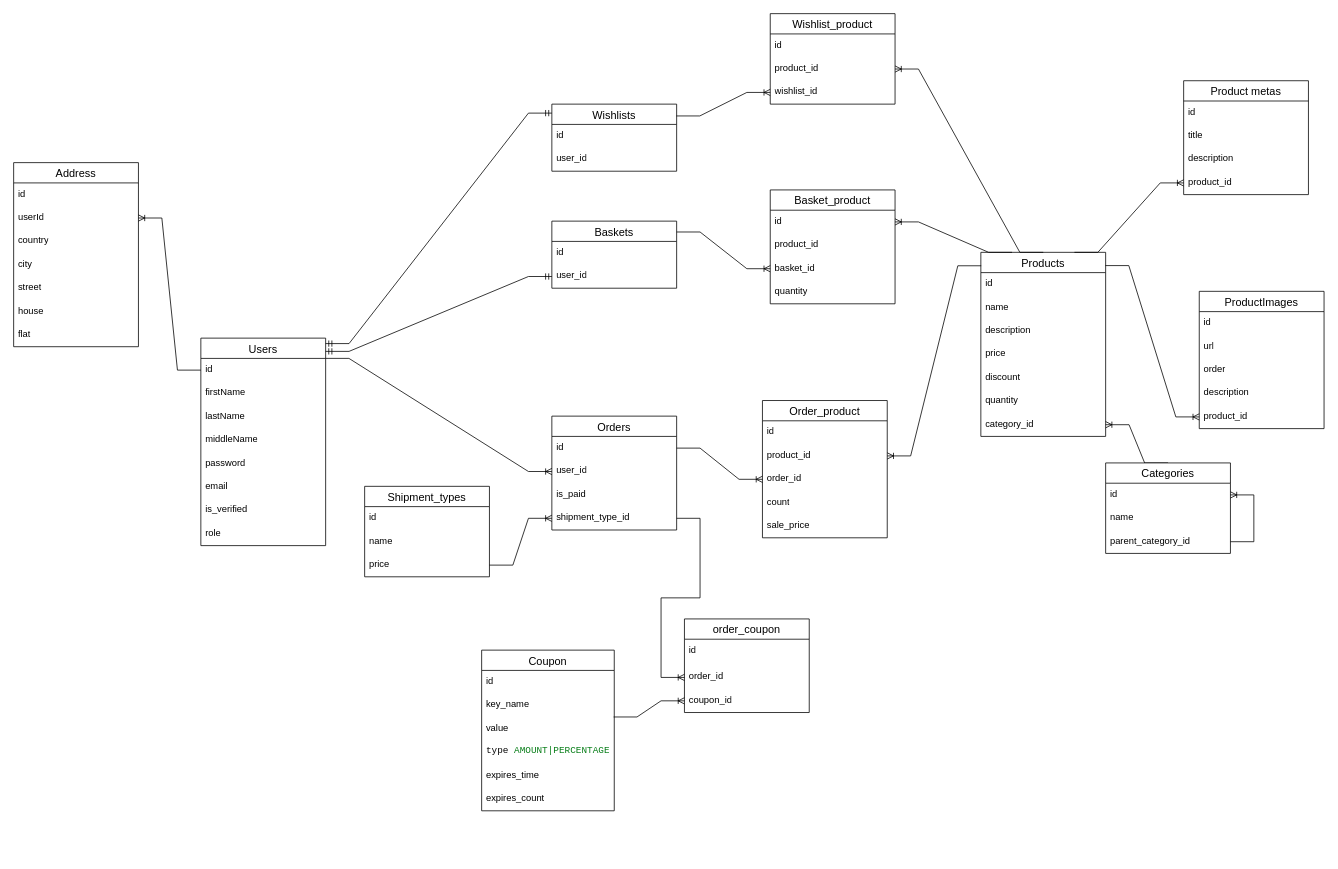
Above: src/server/models/dbDiagram.drawio in Bonzar/midnight (draw.io), before the change. Source tidied: cells renumbered, new cells numbered last; positions are measured from the earlier drawing's top-left corner, leaving out a move shared by most shapes. Both pictures are drawn from the tidied source at 78%, with x=0, y=0 at pixel (13, 13).
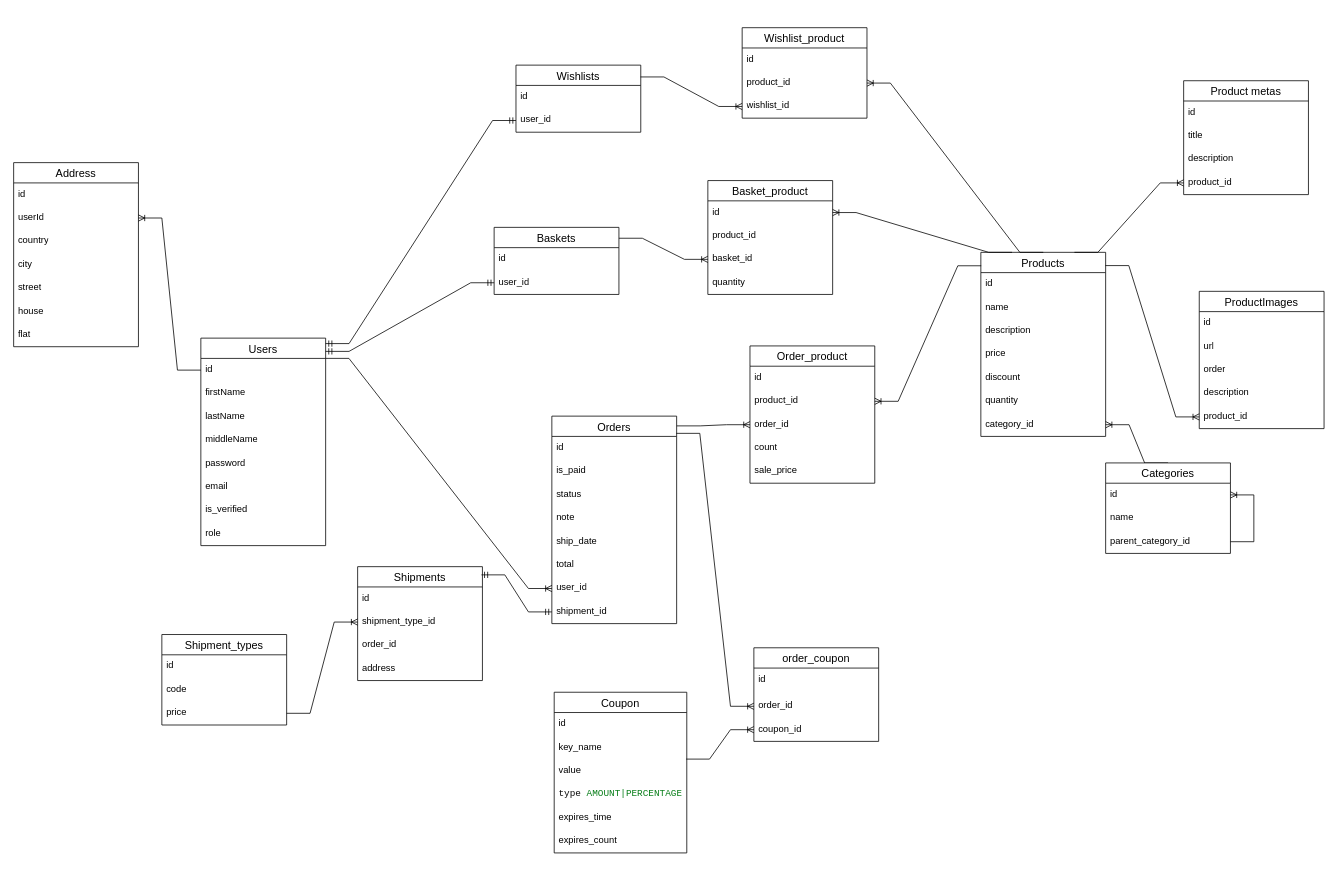
After the change.

Commit message (it also covers changes not shown here):
changes in Shipment/ShipmentType/Order models

Unchanged cells that the change refers to:
```xml
<mxCell id="42" value="id" style="text;strokeColor=none;fillColor=none;spacingLeft=4;spacingRight=4;overflow=hidden;points=[[0,0.5],[1,0.5]];portConstraint=eastwest;fontSize=12;whiteSpace=wrap;html=1;" parent="41" vertex="1">
  <mxGeometry y="26" width="160" height="30" as="geometry" />
</mxCell>
<mxCell id="49" value="order_id" style="text;strokeColor=none;fillColor=none;spacingLeft=4;spacingRight=4;overflow=hidden;points=[[0,0.5],[1,0.5]];portConstraint=eastwest;fontSize=12;whiteSpace=wrap;html=1;" parent="46" vertex="1">
  <mxGeometry y="86" width="160" height="30" as="geometry" />
</mxCell>
<mxCell id="56" value="price" style="text;strokeColor=none;fillColor=none;spacingLeft=4;spacingRight=4;overflow=hidden;points=[[0,0.5],[1,0.5]];portConstraint=eastwest;fontSize=12;whiteSpace=wrap;html=1;" parent="53" vertex="1">
  <mxGeometry y="86" width="160" height="30" as="geometry" />
</mxCell>
<mxCell id="69" value="order_id" style="text;strokeColor=none;fillColor=none;spacingLeft=4;spacingRight=4;overflow=hidden;points=[[0,0.5],[1,0.5]];portConstraint=eastwest;fontSize=12;whiteSpace=wrap;html=1;" parent="67" vertex="1">
  <mxGeometry y="60" width="160" height="30" as="geometry" />
</mxCell>
<mxCell id="92" value="user_id" style="text;strokeColor=none;fillColor=none;spacingLeft=4;spacingRight=4;overflow=hidden;points=[[0,0.5],[1,0.5]];portConstraint=eastwest;fontSize=12;whiteSpace=wrap;html=1;" parent="90" vertex="1">
  <mxGeometry y="56" width="160" height="30" as="geometry" />
</mxCell>
```

Change to the diagram source:
```diff
@@
     <mxCell id="11" value="Baskets" style="swimlane;fontStyle=0;horizontal=1;startSize=26;align=center;fontSize=14;" parent="1" vertex="1">
-      <mxGeometry x="690" y="266" width="160" height="86" as="geometry" />
+      <mxGeometry x="616" y="274" width="160" height="86" as="geometry" />
     </mxCell>
@@
     <mxCell id="29" value="Basket_product" style="swimlane;fontStyle=0;horizontal=1;startSize=26;align=center;fontSize=14;" parent="1" vertex="1">
-      <mxGeometry x="970" y="226" width="160" height="146" as="geometry" />
+      <mxGeometry x="890" y="214" width="160" height="146" as="geometry" />
     </mxCell>
@@
     <mxCell id="41" value="Orders" style="swimlane;fontStyle=0;horizontal=1;startSize=26;align=center;fontSize=14;" parent="1" vertex="1">
-      <mxGeometry x="690" y="516" width="160" height="146" as="geometry" />
+      <mxGeometry x="690" y="516" width="160" height="266" as="geometry" />
     </mxCell>
@@
+    <mxCell id="44" value="is_paid" style="text;strokeColor=none;fillColor=none;spacingLeft=4;spacingRight=4;overflow=hidden;fontSize=12;whiteSpace=wrap;html=1;" parent="41" vertex="1">
+      <mxGeometry y="56" width="160" height="30" as="geometry" />
+    </mxCell>
+    <mxCell id="100" value="status" style="text;strokeColor=none;fillColor=none;spacingLeft=4;spacingRight=4;overflow=hidden;fontSize=12;whiteSpace=wrap;html=1;" parent="41" vertex="1">
+      <mxGeometry y="86" width="160" height="30" as="geometry" />
+    </mxCell>
+    <mxCell id="101" value="note" style="text;strokeColor=none;fillColor=none;spacingLeft=4;spacingRight=4;overflow=hidden;fontSize=12;whiteSpace=wrap;html=1;" parent="41" vertex="1">
+      <mxGeometry y="116" width="160" height="30" as="geometry" />
+    </mxCell>
+    <mxCell id="102" value="ship_date" style="text;strokeColor=none;fillColor=none;spacingLeft=4;spacingRight=4;overflow=hidden;fontSize=12;whiteSpace=wrap;html=1;" parent="41" vertex="1">
+      <mxGeometry y="146" width="160" height="30" as="geometry" />
+    </mxCell>
+    <mxCell id="103" value="total" style="text;strokeColor=none;fillColor=none;spacingLeft=4;spacingRight=4;overflow=hidden;fontSize=12;whiteSpace=wrap;html=1;" parent="41" vertex="1">
+      <mxGeometry y="176" width="160" height="30" as="geometry" />
+    </mxCell>
     <mxCell id="43" value="user_id" style="text;strokeColor=none;fillColor=none;spacingLeft=4;spacingRight=4;overflow=hidden;points=[[0,0.5],[1,0.5]];portConstraint=eastwest;fontSize=12;whiteSpace=wrap;html=1;" parent="41" vertex="1">
-      <mxGeometry y="56" width="160" height="30" as="geometry" />
+      <mxGeometry y="206" width="160" height="30" as="geometry" />
     </mxCell>
-    <mxCell id="44" value="is_paid" style="text;strokeColor=none;fillColor=none;spacingLeft=4;spacingRight=4;overflow=hidden;fontSize=12;whiteSpace=wrap;html=1;" parent="41" vertex="1">
-      <mxGeometry y="86" width="160" height="30" as="geometry" />
-    </mxCell>
-    <mxCell id="45" value="shipment_type_id" style="text;strokeColor=none;fillColor=none;spacingLeft=4;spacingRight=4;overflow=hidden;points=[[0,0.5],[1,0.5]];portConstraint=eastwest;fontSize=12;whiteSpace=wrap;html=1;" parent="41" vertex="1">
-      <mxGeometry y="116" width="160" height="30" as="geometry" />
+    <mxCell id="45" value="shipment_id" style="text;strokeColor=none;fillColor=none;spacingLeft=4;spacingRight=4;overflow=hidden;points=[[0,0.5],[1,0.5]];portConstraint=eastwest;fontSize=12;whiteSpace=wrap;html=1;" parent="41" vertex="1">
+      <mxGeometry y="236" width="160" height="30" as="geometry" />
     </mxCell>
     <mxCell id="46" value="Order_product" style="swimlane;fontStyle=0;horizontal=1;startSize=26;align=center;fontSize=14;" parent="1" vertex="1">
-      <mxGeometry x="960" y="496" width="160" height="176" as="geometry" />
+      <mxGeometry x="944" y="426" width="160" height="176" as="geometry" />
     </mxCell>
@@
     <mxCell id="53" value="Shipment_types" style="swimlane;fontStyle=0;horizontal=1;startSize=26;align=center;fontSize=14;" parent="1" vertex="1">
-      <mxGeometry x="450" y="606" width="160" height="116" as="geometry" />
+      <mxGeometry x="190" y="796" width="160" height="116" as="geometry" />
     </mxCell>
@@
-    <mxCell id="55" value="name" style="text;strokeColor=none;fillColor=none;spacingLeft=4;spacingRight=4;overflow=hidden;fontSize=12;whiteSpace=wrap;html=1;" parent="53" vertex="1">
+    <mxCell id="55" value="code" style="text;strokeColor=none;fillColor=none;spacingLeft=4;spacingRight=4;overflow=hidden;fontSize=12;whiteSpace=wrap;html=1;" parent="53" vertex="1">
       <mxGeometry y="56" width="160" height="30" as="geometry" />
     </mxCell>
@@
-    <mxCell id="57" style="edgeStyle=entityRelationEdgeStyle;fontSize=12;html=1;endArrow=ERoneToMany;rounded=0;entryX=0;entryY=0.5;entryDx=0;entryDy=0;" parent="1" edge="1" source="56" target="45">
+    <mxCell id="57" style="edgeStyle=entityRelationEdgeStyle;fontSize=12;html=1;endArrow=ERoneToMany;rounded=0;entryX=0;entryY=0.5;entryDx=0;entryDy=0;" parent="1" edge="1" source="56" target="106">
       <mxGeometry relative="1" as="geometry" />
     </mxCell>
-    <mxCell id="58" style="edgeStyle=entityRelationEdgeStyle;fontSize=12;html=1;endArrow=ERoneToMany;rounded=0;exitX=1;exitY=0.5;exitDx=0;exitDy=0;entryX=0;entryY=0.5;entryDx=0;entryDy=0;" parent="1" edge="1" source="42" target="49">
+    <mxCell id="58" style="edgeStyle=entityRelationEdgeStyle;fontSize=12;html=1;endArrow=ERoneToMany;rounded=0;entryX=0;entryY=0.5;entryDx=0;entryDy=0;exitX=1.001;exitY=0.047;exitDx=0;exitDy=0;exitPerimeter=0;" parent="1" edge="1" source="41" target="49">
       <mxGeometry relative="1" as="geometry" />
     </mxCell>
@@
     <mxCell id="60" value="Coupon" style="swimlane;fontStyle=0;horizontal=1;startSize=26;align=center;fontSize=14;" parent="1" vertex="1">
-      <mxGeometry x="600" y="816" width="170" height="206" as="geometry" />
+      <mxGeometry x="693" y="870" width="170" height="206" as="geometry" />
     </mxCell>
@@
     <mxCell id="67" value="order_coupon" style="swimlane;fontStyle=0;horizontal=1;startSize=26;align=center;fontSize=14;" parent="1" vertex="1">
-      <mxGeometry x="860" y="776" width="160" height="120" as="geometry" />
+      <mxGeometry x="949" y="813" width="160" height="120" as="geometry" />
     </mxCell>
@@
-    <mxCell id="71" style="edgeStyle=entityRelationEdgeStyle;fontSize=12;html=1;endArrow=ERoneToMany;rounded=0;exitX=1;exitY=0.5;exitDx=0;exitDy=0;entryX=0;entryY=0.5;entryDx=0;entryDy=0;" parent="1" edge="1" source="45" target="69">
+    <mxCell id="71" style="edgeStyle=entityRelationEdgeStyle;fontSize=12;html=1;endArrow=ERoneToMany;rounded=0;exitX=0.998;exitY=0.083;exitDx=0;exitDy=0;entryX=0;entryY=0.5;entryDx=0;entryDy=0;exitPerimeter=0;" parent="1" edge="1" source="41" target="69">
       <mxGeometry relative="1" as="geometry" />
     </mxCell>
@@
     <mxCell id="90" value="Wishlists" style="swimlane;fontStyle=0;horizontal=1;startSize=26;align=center;fontSize=14;" parent="1" vertex="1">
-      <mxGeometry x="690" y="116" width="160" height="86" as="geometry" />
+      <mxGeometry x="644" y="66" width="160" height="86" as="geometry" />
     </mxCell>
@@
     <mxCell id="93" value="Wishlist_product" style="swimlane;fontStyle=0;horizontal=1;startSize=26;align=center;fontSize=14;" parent="1" vertex="1">
-      <mxGeometry x="970" width="160" height="116" as="geometry" />
+      <mxGeometry x="934" y="18" width="160" height="116" as="geometry" />
     </mxCell>
@@
-    <mxCell id="98" style="edgeStyle=entityRelationEdgeStyle;fontSize=12;html=1;endArrow=ERmandOne;startArrow=ERmandOne;rounded=0;entryX=0;entryY=0.134;entryDx=0;entryDy=0;entryPerimeter=0;" parent="1" edge="1" target="90">
+    <mxCell id="98" style="edgeStyle=entityRelationEdgeStyle;fontSize=12;html=1;endArrow=ERmandOne;startArrow=ERmandOne;rounded=0;entryX=0;entryY=0.5;entryDx=0;entryDy=0;" parent="1" edge="1" target="92">
       <mxGeometry relative="1" as="geometry">
         <mxPoint x="400" y="423" as="sourcePoint" />
       </mxGeometry>
     </mxCell>
@@
+    <mxCell id="104" value="Shipments" style="swimlane;fontStyle=0;horizontal=1;startSize=26;align=center;fontSize=14;" parent="1" vertex="1">
+      <mxGeometry x="441" y="709" width="160" height="146" as="geometry" />
+    </mxCell>
+    <mxCell id="105" value="id" style="text;strokeColor=none;fillColor=none;spacingLeft=4;spacingRight=4;overflow=hidden;fontSize=12;whiteSpace=wrap;html=1;" parent="104" vertex="1">
+      <mxGeometry y="26" width="160" height="30" as="geometry" />
+    </mxCell>
+    <mxCell id="106" value="&lt;span style=&quot;color: rgb(0, 0, 0); font-family: Helvetica; font-size: 12px; font-style: normal; font-variant-ligatures: normal; font-variant-caps: normal; font-weight: 400; letter-spacing: normal; orphans: 2; text-align: left; text-indent: 0px; text-transform: none; widows: 2; word-spacing: 0px; -webkit-text-stroke-width: 0px; background-color: rgb(255, 255, 255); text-decoration-thickness: initial; text-decoration-style: initial; text-decoration-color: initial; float: none; display: inline !important;&quot;&gt;shipment_type_id&lt;/span&gt;" style="text;strokeColor=none;fillColor=none;spacingLeft=4;spacingRight=4;overflow=hidden;points=[[0,0.5],[1,0.5]];portConstraint=eastwest;fontSize=12;whiteSpace=wrap;html=1;" parent="104" vertex="1">
+      <mxGeometry y="56" width="160" height="30" as="geometry" />
+    </mxCell>
+    <mxCell id="107" value="order_id" style="text;strokeColor=none;fillColor=none;spacingLeft=4;spacingRight=4;overflow=hidden;fontSize=12;whiteSpace=wrap;html=1;" parent="104" vertex="1">
+      <mxGeometry y="86" width="160" height="30" as="geometry" />
+    </mxCell>
+    <mxCell id="108" value="address" style="text;strokeColor=none;fillColor=none;spacingLeft=4;spacingRight=4;overflow=hidden;fontSize=12;whiteSpace=wrap;html=1;" parent="104" vertex="1">
+      <mxGeometry y="116" width="160" height="30" as="geometry" />
+    </mxCell>
+    <mxCell id="109" style="edgeStyle=entityRelationEdgeStyle;fontSize=12;html=1;endArrow=ERmandOne;startArrow=ERmandOne;rounded=0;entryX=0;entryY=0.5;entryDx=0;entryDy=0;exitX=0.992;exitY=0.072;exitDx=0;exitDy=0;exitPerimeter=0;" parent="1" edge="1" source="104" target="45">
+      <mxGeometry relative="1" as="geometry" />
+    </mxCell>
```
